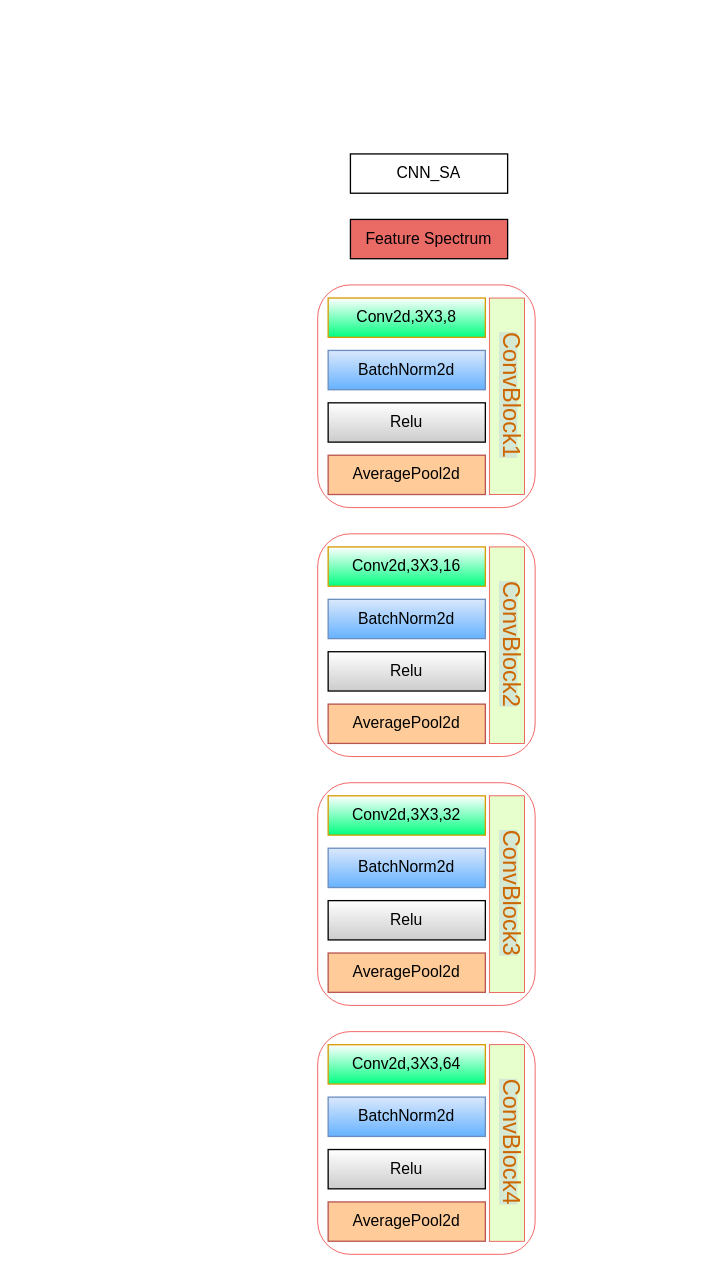
This is 模型框图.drawio from lhwjsj/Diagram, a draw.io file, before an edit. Source tidied: cells renumbered, new cells numbered last; positions are measured from the earlier drawing's top-left corner, leaving out a move shared by most shapes. Both pictures are drawn from the tidied source at 131%, with x=0, y=0 at pixel (317, 153).
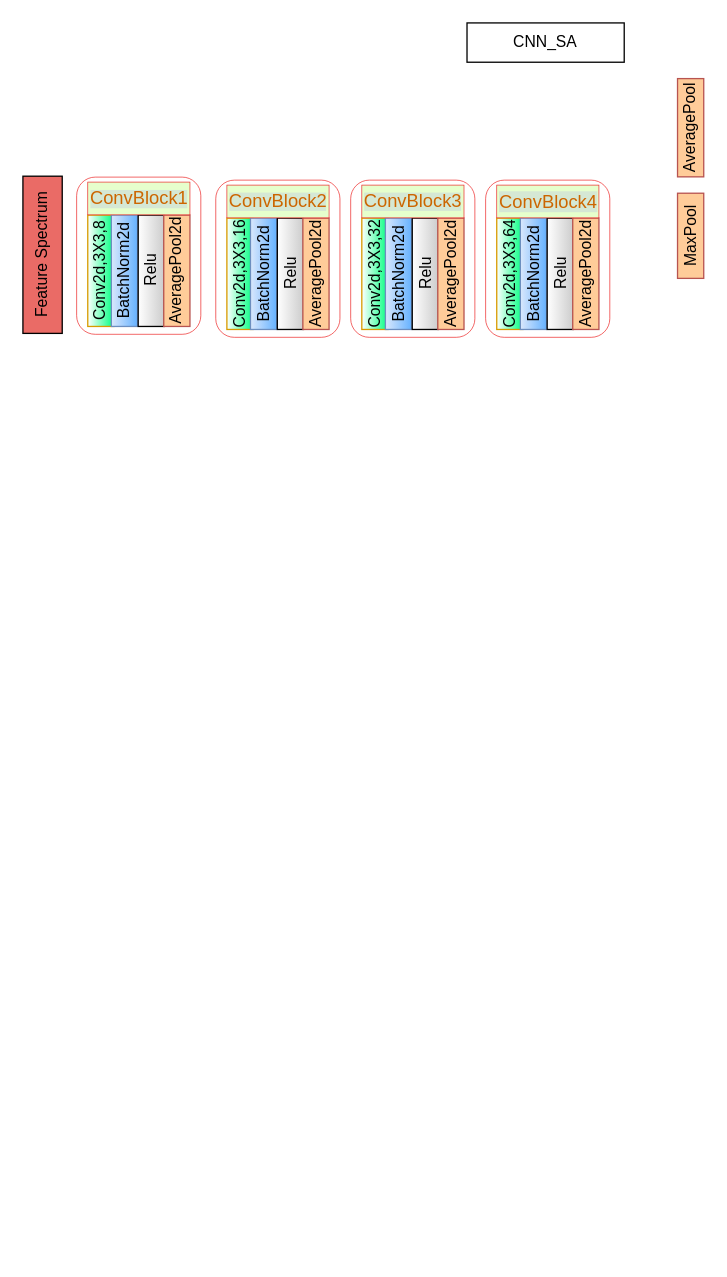
The same diagram, later.

Commit message:
更新模型框图.drawio

What changed in the source:
```diff
@@
     <mxCell id="2" value="CNN_SA" style="rounded=0;whiteSpace=wrap;html=1;" parent="1" vertex="1">
-      <mxGeometry x="25" width="120" height="30" as="geometry" />
+      <mxGeometry x="114" y="-100" width="120" height="30" as="geometry" />
     </mxCell>
-    <mxCell id="3" value="Feature Spectrum" style="rounded=0;whiteSpace=wrap;html=1;fillColor=#EA6B66;" parent="1" vertex="1">
-      <mxGeometry x="25" y="50" width="120" height="30" as="geometry" />
+    <mxCell id="3" value="Feature Spectrum" style="rounded=0;whiteSpace=wrap;html=1;fillColor=#EA6B66;rotation=-90;" parent="1" vertex="1">
+      <mxGeometry x="-270" y="62" width="120" height="30" as="geometry" />
     </mxCell>
-    <mxCell id="4" style="group;" parent="1" vertex="1">
-      <mxGeometry y="100" width="170" height="170" as="geometry" />
-    </mxCell>
-    <mxCell id="5" style="rounded=1;whiteSpace=wrap;html=1;fillColor=none;strokeWidth=0.5;strokeColor=#ec1818;" parent="4" vertex="1">
-      <mxGeometry width="166" height="170" as="geometry" />
-    </mxCell>
+    <mxCell id="36" value="AveragePool" style="rounded=0;whiteSpace=wrap;html=1;fillColor=#FFCC99;strokeColor=#b85450;rotation=-90;" parent="1" vertex="1">
+      <mxGeometry x="247.2" y="-30" width="75" height="20" as="geometry" />
+    </mxCell>
+    <mxCell id="37" value="MaxPool" style="rounded=0;whiteSpace=wrap;html=1;fillColor=#FFCC99;strokeColor=#b85450;rotation=-90;" parent="1" vertex="1">
+      <mxGeometry x="252.2" y="52.5" width="65" height="20" as="geometry" />
+    </mxCell>
+    <mxCell id="38" style="rounded=1;whiteSpace=wrap;html=1;fillColor=none;strokeWidth=0.5;strokeColor=#ec1818;" parent="1" vertex="1">
+      <mxGeometry x="-77.8" y="20" width="94.8" height="120" as="geometry" />
+    </mxCell>
+    <mxCell id="39" style="group;" parent="1" vertex="1">
+      <mxGeometry x="-186.2" y="17.7" width="100" height="120" as="geometry" />
+    </mxCell>
-    <mxCell id="6" value="Conv2d,3X3,8" style="rounded=0;whiteSpace=wrap;html=1;fillColor=default;strokeColor=#d79b00;gradientColor=#00FF80;" parent="4" vertex="1">
-      <mxGeometry x="8" y="10" width="120" height="30" as="geometry" />
+    <mxCell id="6" value="Conv2d,3X3,8" style="rounded=0;whiteSpace=wrap;html=1;fillColor=default;strokeColor=#d79b00;gradientColor=#00FF80;rotation=-90;" parent="39" vertex="1">
+      <mxGeometry x="-21.8" y="61.5" width="85" height="20" as="geometry" />
     </mxCell>
-    <mxCell id="7" value="BatchNorm2d" style="rounded=0;whiteSpace=wrap;html=1;fillColor=#dae8fc;strokeColor=#6c8ebf;gradientColor=#66B2FF;" parent="4" vertex="1">
-      <mxGeometry x="8" y="50" width="120" height="30" as="geometry" />
+    <mxCell id="7" value="BatchNorm2d" style="rounded=0;whiteSpace=wrap;html=1;fillColor=#dae8fc;strokeColor=#6c8ebf;gradientColor=#66B2FF;rotation=-90;" parent="39" vertex="1">
+      <mxGeometry x="-3.8" y="61.5" width="85" height="20" as="geometry" />
     </mxCell>
-    <mxCell id="8" value="Relu" style="rounded=0;whiteSpace=wrap;html=1;gradientColor=#CCCCCC;" parent="4" vertex="1">
-      <mxGeometry x="8" y="90" width="120" height="30" as="geometry" />
+    <mxCell id="8" value="Relu" style="rounded=0;whiteSpace=wrap;html=1;gradientColor=#CCCCCC;rotation=-90;" parent="39" vertex="1">
+      <mxGeometry x="16.7" y="61.5" width="85" height="20" as="geometry" />
     </mxCell>
-    <mxCell id="9" value="AveragePool2d" style="rounded=0;whiteSpace=wrap;html=1;fillColor=#FFCC99;strokeColor=#b85450;" parent="4" vertex="1">
-      <mxGeometry x="8" y="130" width="120" height="30" as="geometry" />
+    <mxCell id="9" value="AveragePool2d" style="rounded=0;whiteSpace=wrap;html=1;fillColor=#FFCC99;strokeColor=#b85450;rotation=-90;" parent="39" vertex="1">
+      <mxGeometry x="36.2" y="61.5" width="85" height="20" as="geometry" />
     </mxCell>
-    <mxCell id="10" style="rounded=0;whiteSpace=wrap;html=1;fillColor=#E6FFCC;strokeColor=#eb1e1e;strokeWidth=0.5;" parent="4" vertex="1">
-      <mxGeometry x="131" y="10" width="27" height="150" as="geometry" />
+    <mxCell id="10" style="rounded=0;whiteSpace=wrap;html=1;fillColor=#E6FFCC;strokeColor=#eb1e1e;strokeWidth=0.5;rotation=-90;" parent="39" vertex="1">
+      <mxGeometry x="37.2" y="-22.7" width="25" height="78" as="geometry" />
     </mxCell>
-    <mxCell id="11" value="&lt;span style=&quot;background-color: rgb(213, 232, 212);&quot;&gt;&lt;font style=&quot;font-size: 18px;&quot;&gt;ConvBlock1&lt;/font&gt;&lt;/span&gt;" style="text;html=1;align=center;verticalAlign=middle;whiteSpace=wrap;rounded=0;fontColor=#CC6600;horizontal=0;rotation=-180;" parent="4" vertex="1">
-      <mxGeometry x="137.5" y="23" width="21.5" height="121.5" as="geometry" />
+    <mxCell id="11" value="&lt;span style=&quot;background-color: rgb(213, 232, 212);&quot;&gt;&lt;font style=&quot;font-size: 14px;&quot;&gt;ConvBlock1&lt;/font&gt;&lt;/span&gt;" style="text;html=1;align=center;verticalAlign=middle;whiteSpace=wrap;rounded=0;fontColor=#CC6600;horizontal=0;rotation=90;" parent="39" vertex="1">
+      <mxGeometry x="39" y="-33.4" width="21.5" height="99.5" as="geometry" />
     </mxCell>
-    <mxCell id="12" style="group;" parent="1" vertex="1">
-      <mxGeometry y="290" width="170" height="170" as="geometry" />
-    </mxCell>
-    <mxCell id="13" style="rounded=1;whiteSpace=wrap;html=1;fillColor=none;strokeWidth=0.5;strokeColor=#ec1818;" parent="12" vertex="1">
-      <mxGeometry width="166" height="170" as="geometry" />
-    </mxCell>
+    <mxCell id="5" style="rounded=1;whiteSpace=wrap;html=1;fillColor=none;strokeWidth=0.5;strokeColor=#ec1818;" parent="39" vertex="1">
+      <mxGeometry x="2.2" width="94.8" height="120" as="geometry" />
+    </mxCell>
-    <mxCell id="14" value="Conv2d,3X3,16" style="rounded=0;whiteSpace=wrap;html=1;fillColor=default;strokeColor=#d79b00;gradientColor=#00FF80;" parent="12" vertex="1">
-      <mxGeometry x="8" y="10" width="120" height="30" as="geometry" />
+    <mxCell id="14" value="Conv2d,3X3,16" style="rounded=0;whiteSpace=wrap;html=1;fillColor=default;strokeColor=#d79b00;gradientColor=#00FF80;rotation=-90;" parent="1" vertex="1">
+      <mxGeometry x="-101.8" y="81.5" width="85" height="20" as="geometry" />
     </mxCell>
-    <mxCell id="15" value="BatchNorm2d" style="rounded=0;whiteSpace=wrap;html=1;fillColor=#dae8fc;strokeColor=#6c8ebf;gradientColor=#66B2FF;" parent="12" vertex="1">
-      <mxGeometry x="8" y="50" width="120" height="30" as="geometry" />
-    </mxCell>
-    <mxCell id="16" value="Relu" style="rounded=0;whiteSpace=wrap;html=1;gradientColor=#CCCCCC;" parent="12" vertex="1">
-      <mxGeometry x="8" y="90" width="120" height="30" as="geometry" />
-    </mxCell>
-    <mxCell id="17" value="AveragePool2d" style="rounded=0;whiteSpace=wrap;html=1;fillColor=#FFCC99;strokeColor=#b85450;" parent="12" vertex="1">
-      <mxGeometry x="8" y="130" width="120" height="30" as="geometry" />
-    </mxCell>
-    <mxCell id="18" style="rounded=0;whiteSpace=wrap;html=1;fillColor=#E6FFCC;strokeColor=#eb1e1e;strokeWidth=0.5;" parent="12" vertex="1">
-      <mxGeometry x="131" y="10" width="27" height="150" as="geometry" />
-    </mxCell>
+    <mxCell id="40" value="BatchNorm2d" style="rounded=0;whiteSpace=wrap;html=1;fillColor=#dae8fc;strokeColor=#6c8ebf;gradientColor=#66B2FF;rotation=-90;" parent="1" vertex="1">
+      <mxGeometry x="-83.8" y="81.5" width="85" height="20" as="geometry" />
+    </mxCell>
+    <mxCell id="41" value="Relu" style="rounded=0;whiteSpace=wrap;html=1;gradientColor=#CCCCCC;rotation=-90;" parent="1" vertex="1">
+      <mxGeometry x="-63.3" y="81.5" width="85" height="20" as="geometry" />
+    </mxCell>
+    <mxCell id="42" value="AveragePool2d" style="rounded=0;whiteSpace=wrap;html=1;fillColor=#FFCC99;strokeColor=#b85450;rotation=-90;" parent="1" vertex="1">
+      <mxGeometry x="-43.8" y="81.5" width="85" height="20" as="geometry" />
+    </mxCell>
+    <mxCell id="43" style="rounded=0;whiteSpace=wrap;html=1;fillColor=#E6FFCC;strokeColor=#eb1e1e;strokeWidth=0.5;rotation=-90;" parent="1" vertex="1">
+      <mxGeometry x="-42.8" y="-2.7" width="25" height="78" as="geometry" />
+    </mxCell>
-    <mxCell id="19" value="&lt;span style=&quot;background-color: rgb(213, 232, 212);&quot;&gt;&lt;font style=&quot;font-size: 18px;&quot;&gt;ConvBlock2&lt;br&gt;&lt;/font&gt;&lt;/span&gt;" style="text;html=1;align=center;verticalAlign=middle;whiteSpace=wrap;rounded=0;fontColor=#CC6600;horizontal=0;rotation=-180;" parent="12" vertex="1">
-      <mxGeometry x="137.5" y="23" width="21.5" height="121.5" as="geometry" />
+    <mxCell id="19" value="&lt;span style=&quot;background-color: rgb(213, 232, 212);&quot;&gt;&lt;font style=&quot;font-size: 14px;&quot;&gt;ConvBlock2&lt;/font&gt;&lt;/span&gt;" style="text;html=1;align=center;verticalAlign=middle;whiteSpace=wrap;rounded=0;fontColor=#CC6600;horizontal=0;rotation=90;" parent="1" vertex="1">
+      <mxGeometry x="-41" y="-13.4" width="21.5" height="99.5" as="geometry" />
     </mxCell>
-    <mxCell id="20" style="group;" parent="1" vertex="1">
-      <mxGeometry y="480" width="170" height="170" as="geometry" />
-    </mxCell>
-    <mxCell id="21" style="rounded=1;whiteSpace=wrap;html=1;fillColor=none;strokeWidth=0.5;strokeColor=#ec1818;" parent="20" vertex="1">
-      <mxGeometry width="166" height="170" as="geometry" />
-    </mxCell>
+    <mxCell id="44" style="rounded=1;whiteSpace=wrap;html=1;fillColor=none;strokeWidth=0.5;strokeColor=#ec1818;" parent="1" vertex="1">
+      <mxGeometry x="25.2" y="20" width="94.8" height="120" as="geometry" />
+    </mxCell>
-    <mxCell id="22" value="Conv2d,3X3,32" style="rounded=0;whiteSpace=wrap;html=1;fillColor=default;strokeColor=#d79b00;gradientColor=#00FF80;" parent="20" vertex="1">
-      <mxGeometry x="8" y="10" width="120" height="30" as="geometry" />
+    <mxCell id="22" value="Conv2d,3X3,32" style="rounded=0;whiteSpace=wrap;html=1;fillColor=default;strokeColor=#d79b00;gradientColor=#00FF80;rotation=-90;" parent="1" vertex="1">
+      <mxGeometry x="1.2" y="81.5" width="85" height="20" as="geometry" />
     </mxCell>
-    <mxCell id="23" value="BatchNorm2d" style="rounded=0;whiteSpace=wrap;html=1;fillColor=#dae8fc;strokeColor=#6c8ebf;gradientColor=#66B2FF;" parent="20" vertex="1">
-      <mxGeometry x="8" y="50" width="120" height="30" as="geometry" />
-    </mxCell>
-    <mxCell id="24" value="Relu" style="rounded=0;whiteSpace=wrap;html=1;gradientColor=#CCCCCC;" parent="20" vertex="1">
-      <mxGeometry x="8" y="90" width="120" height="30" as="geometry" />
-    </mxCell>
-    <mxCell id="25" value="AveragePool2d" style="rounded=0;whiteSpace=wrap;html=1;fillColor=#FFCC99;strokeColor=#b85450;" parent="20" vertex="1">
-      <mxGeometry x="8" y="130" width="120" height="30" as="geometry" />
-    </mxCell>
-    <mxCell id="26" style="rounded=0;whiteSpace=wrap;html=1;fillColor=#E6FFCC;strokeColor=#eb1e1e;strokeWidth=0.5;" parent="20" vertex="1">
-      <mxGeometry x="131" y="10" width="27" height="150" as="geometry" />
-    </mxCell>
+    <mxCell id="45" value="BatchNorm2d" style="rounded=0;whiteSpace=wrap;html=1;fillColor=#dae8fc;strokeColor=#6c8ebf;gradientColor=#66B2FF;rotation=-90;" parent="1" vertex="1">
+      <mxGeometry x="19.2" y="81.5" width="85" height="20" as="geometry" />
+    </mxCell>
+    <mxCell id="46" value="Relu" style="rounded=0;whiteSpace=wrap;html=1;gradientColor=#CCCCCC;rotation=-90;" parent="1" vertex="1">
+      <mxGeometry x="39.7" y="81.5" width="85" height="20" as="geometry" />
+    </mxCell>
+    <mxCell id="47" value="AveragePool2d" style="rounded=0;whiteSpace=wrap;html=1;fillColor=#FFCC99;strokeColor=#b85450;rotation=-90;" parent="1" vertex="1">
+      <mxGeometry x="59.2" y="81.5" width="85" height="20" as="geometry" />
+    </mxCell>
+    <mxCell id="48" style="rounded=0;whiteSpace=wrap;html=1;fillColor=#E6FFCC;strokeColor=#eb1e1e;strokeWidth=0.5;rotation=-90;" parent="1" vertex="1">
+      <mxGeometry x="60.2" y="-2.7" width="25" height="78" as="geometry" />
+    </mxCell>
-    <mxCell id="27" value="&lt;span style=&quot;background-color: rgb(213, 232, 212);&quot;&gt;&lt;font style=&quot;font-size: 18px;&quot;&gt;ConvBlock3&lt;br&gt;&lt;/font&gt;&lt;/span&gt;" style="text;html=1;align=center;verticalAlign=middle;whiteSpace=wrap;rounded=0;fontColor=#CC6600;horizontal=0;rotation=-180;" parent="20" vertex="1">
-      <mxGeometry x="137.5" y="23" width="21.5" height="121.5" as="geometry" />
+    <mxCell id="27" value="&lt;span style=&quot;background-color: rgb(213, 232, 212);&quot;&gt;&lt;font style=&quot;font-size: 14px;&quot;&gt;ConvBlock3&lt;/font&gt;&lt;/span&gt;" style="text;html=1;align=center;verticalAlign=middle;whiteSpace=wrap;rounded=0;fontColor=#CC6600;horizontal=0;rotation=90;" parent="1" vertex="1">
+      <mxGeometry x="62" y="-13.4" width="21.5" height="99.5" as="geometry" />
     </mxCell>
-    <mxCell id="28" style="group;" parent="1" vertex="1">
-      <mxGeometry y="670" width="170" height="170" as="geometry" />
-    </mxCell>
-    <mxCell id="29" style="rounded=1;whiteSpace=wrap;html=1;fillColor=none;strokeWidth=0.5;strokeColor=#ec1818;" parent="28" vertex="1">
-      <mxGeometry width="166" height="170" as="geometry" />
-    </mxCell>
+    <mxCell id="49" style="rounded=1;whiteSpace=wrap;html=1;fillColor=none;strokeWidth=0.5;strokeColor=#ec1818;" parent="1" vertex="1">
+      <mxGeometry x="128.2" y="20" width="94.8" height="120" as="geometry" />
+    </mxCell>
-    <mxCell id="30" value="Conv2d,3X3,64" style="rounded=0;whiteSpace=wrap;html=1;fillColor=default;strokeColor=#d79b00;gradientColor=#00FF80;" parent="28" vertex="1">
-      <mxGeometry x="8" y="10" width="120" height="30" as="geometry" />
+    <mxCell id="30" value="Conv2d,3X3,64" style="rounded=0;whiteSpace=wrap;html=1;fillColor=default;strokeColor=#d79b00;gradientColor=#00FF80;rotation=-90;" parent="1" vertex="1">
+      <mxGeometry x="104.2" y="81.5" width="85" height="20" as="geometry" />
     </mxCell>
-    <mxCell id="31" value="BatchNorm2d" style="rounded=0;whiteSpace=wrap;html=1;fillColor=#dae8fc;strokeColor=#6c8ebf;gradientColor=#66B2FF;" parent="28" vertex="1">
-      <mxGeometry x="8" y="50" width="120" height="30" as="geometry" />
-    </mxCell>
-    <mxCell id="32" value="Relu" style="rounded=0;whiteSpace=wrap;html=1;gradientColor=#CCCCCC;" parent="28" vertex="1">
-      <mxGeometry x="8" y="90" width="120" height="30" as="geometry" />
-    </mxCell>
-    <mxCell id="33" value="AveragePool2d" style="rounded=0;whiteSpace=wrap;html=1;fillColor=#FFCC99;strokeColor=#b85450;" parent="28" vertex="1">
-      <mxGeometry x="8" y="130" width="120" height="30" as="geometry" />
-    </mxCell>
-    <mxCell id="34" style="rounded=0;whiteSpace=wrap;html=1;fillColor=#E6FFCC;strokeColor=#eb1e1e;strokeWidth=0.5;" parent="28" vertex="1">
-      <mxGeometry x="131" y="10" width="27" height="150" as="geometry" />
-    </mxCell>
+    <mxCell id="50" value="BatchNorm2d" style="rounded=0;whiteSpace=wrap;html=1;fillColor=#dae8fc;strokeColor=#6c8ebf;gradientColor=#66B2FF;rotation=-90;" parent="1" vertex="1">
+      <mxGeometry x="122.2" y="81.5" width="85" height="20" as="geometry" />
+    </mxCell>
+    <mxCell id="51" value="Relu" style="rounded=0;whiteSpace=wrap;html=1;gradientColor=#CCCCCC;rotation=-90;" parent="1" vertex="1">
+      <mxGeometry x="142.7" y="81.5" width="85" height="20" as="geometry" />
+    </mxCell>
+    <mxCell id="52" value="AveragePool2d" style="rounded=0;whiteSpace=wrap;html=1;fillColor=#FFCC99;strokeColor=#b85450;rotation=-90;" parent="1" vertex="1">
+      <mxGeometry x="162.2" y="81.5" width="85" height="20" as="geometry" />
+    </mxCell>
+    <mxCell id="53" style="rounded=0;whiteSpace=wrap;html=1;fillColor=#E6FFCC;strokeColor=#eb1e1e;strokeWidth=0.5;rotation=-90;" parent="1" vertex="1">
+      <mxGeometry x="163.2" y="-2.7" width="25" height="78" as="geometry" />
+    </mxCell>
-    <mxCell id="35" value="&lt;span style=&quot;background-color: rgb(213, 232, 212);&quot;&gt;&lt;font style=&quot;font-size: 18px;&quot;&gt;ConvBlock4&lt;br&gt;&lt;/font&gt;&lt;/span&gt;" style="text;html=1;align=center;verticalAlign=middle;whiteSpace=wrap;rounded=0;fontColor=#CC6600;horizontal=0;rotation=-180;" parent="28" vertex="1">
-      <mxGeometry x="137.5" y="23" width="21.5" height="121.5" as="geometry" />
+    <mxCell id="35" value="&lt;span style=&quot;color: rgb(204, 102, 0); font-family: Helvetica; font-size: 14px; font-style: normal; font-variant-ligatures: normal; font-variant-caps: normal; font-weight: 400; letter-spacing: normal; orphans: 2; text-align: center; text-indent: 0px; text-transform: none; widows: 2; word-spacing: 0px; -webkit-text-stroke-width: 0px; background-color: rgb(213, 232, 212); text-decoration-thickness: initial; text-decoration-style: initial; text-decoration-color: initial; float: none; display: inline !important;&quot;&gt;ConvBlock4&lt;/span&gt;" style="text;whiteSpace=wrap;html=1;" parent="1" vertex="1">
+      <mxGeometry x="137.2" y="22" width="110" height="40" as="geometry" />
     </mxCell>
```
